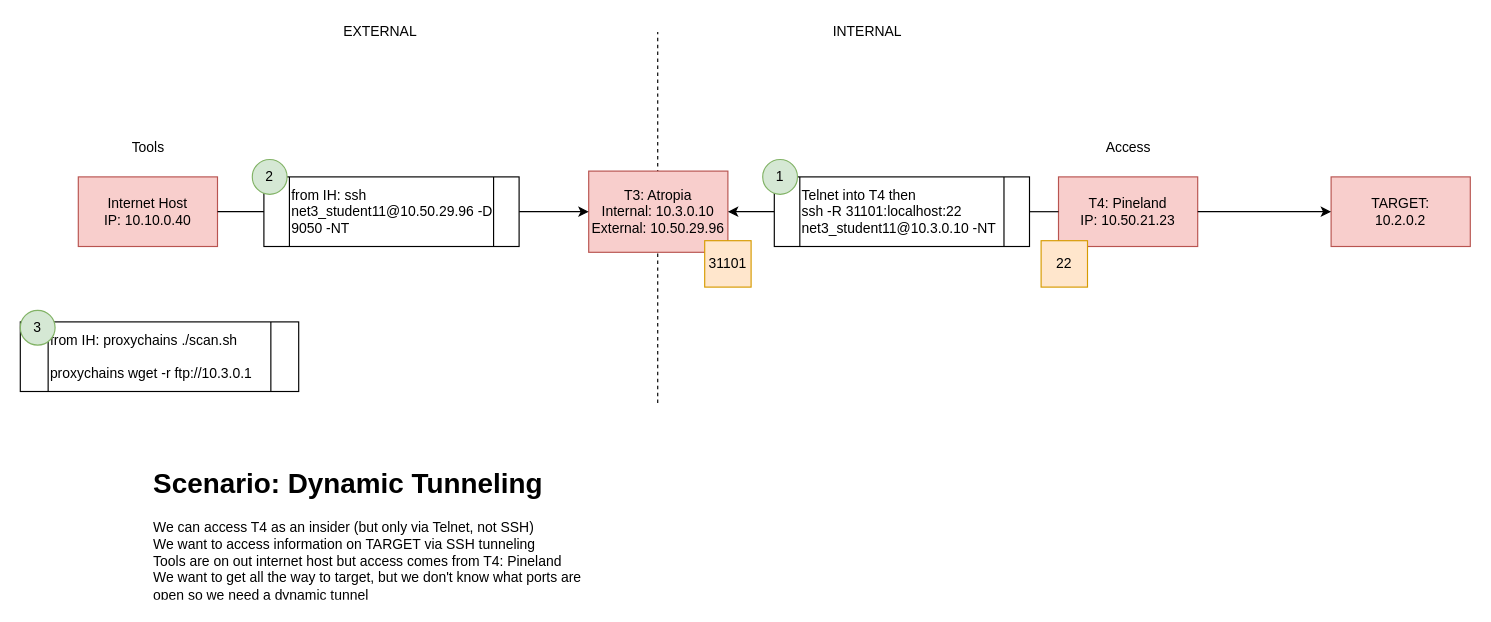
This is ctf/CTF_tunneling6.drawio from abfarr/cctc, a draw.io file, before an edit. Source tidied: cells renumbered, new cells numbered last; positions are measured from the earlier drawing's top-left corner, leaving out a move shared by most shapes. Both pictures are drawn from the tidied source at 116%, with x=0, y=0 at pixel (20, 20).
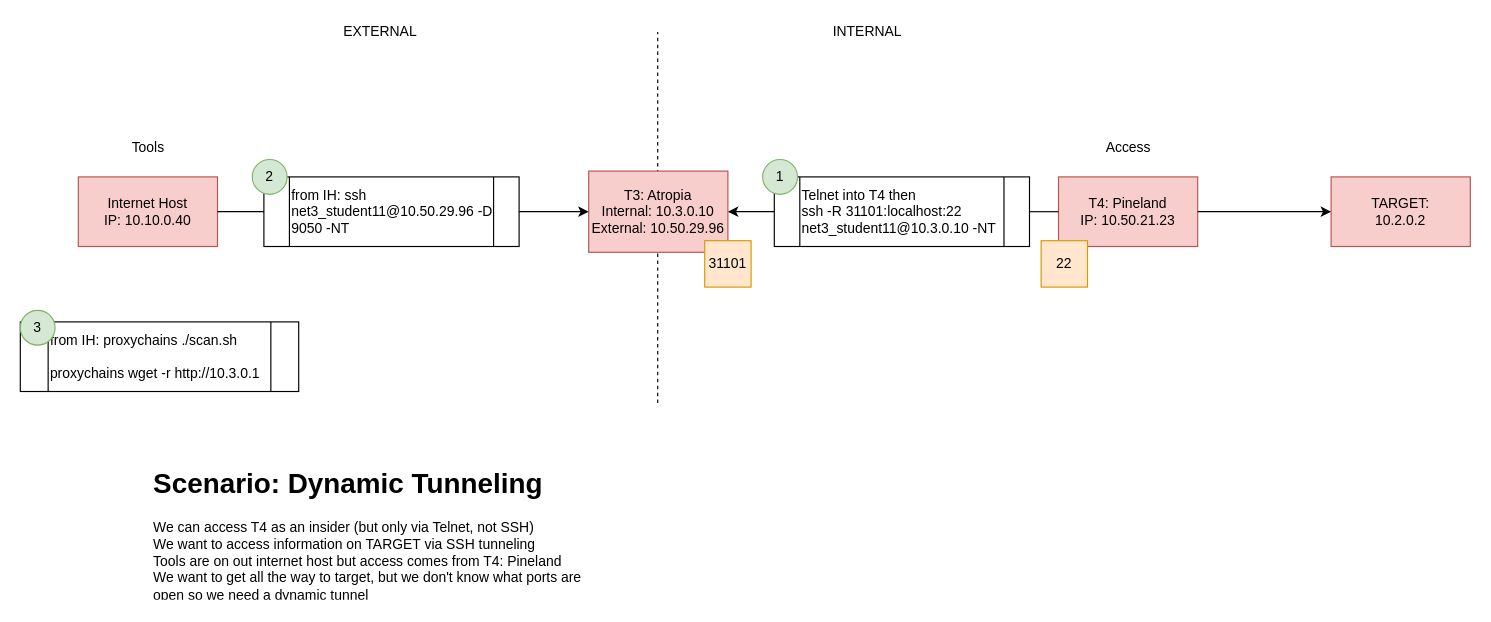
The same diagram, later.

What changed in the source:
```diff
@@
-    <mxCell id="23" value="from IH: proxychains ./scan.sh&lt;br&gt;&lt;br&gt;proxychains wget -r ftp://10.3.0.1" style="shape=process;whiteSpace=wrap;html=1;backgroundOutline=1;align=left;" parent="1" vertex="1">
+    <mxCell id="23" value="from IH: proxychains ./scan.sh&lt;br&gt;&lt;br&gt;proxychains wget -r http://10.3.0.1" style="shape=process;whiteSpace=wrap;html=1;backgroundOutline=1;align=left;" parent="1" vertex="1">
       <mxGeometry y="260" width="240" height="60" as="geometry" />
     </mxCell>
```
